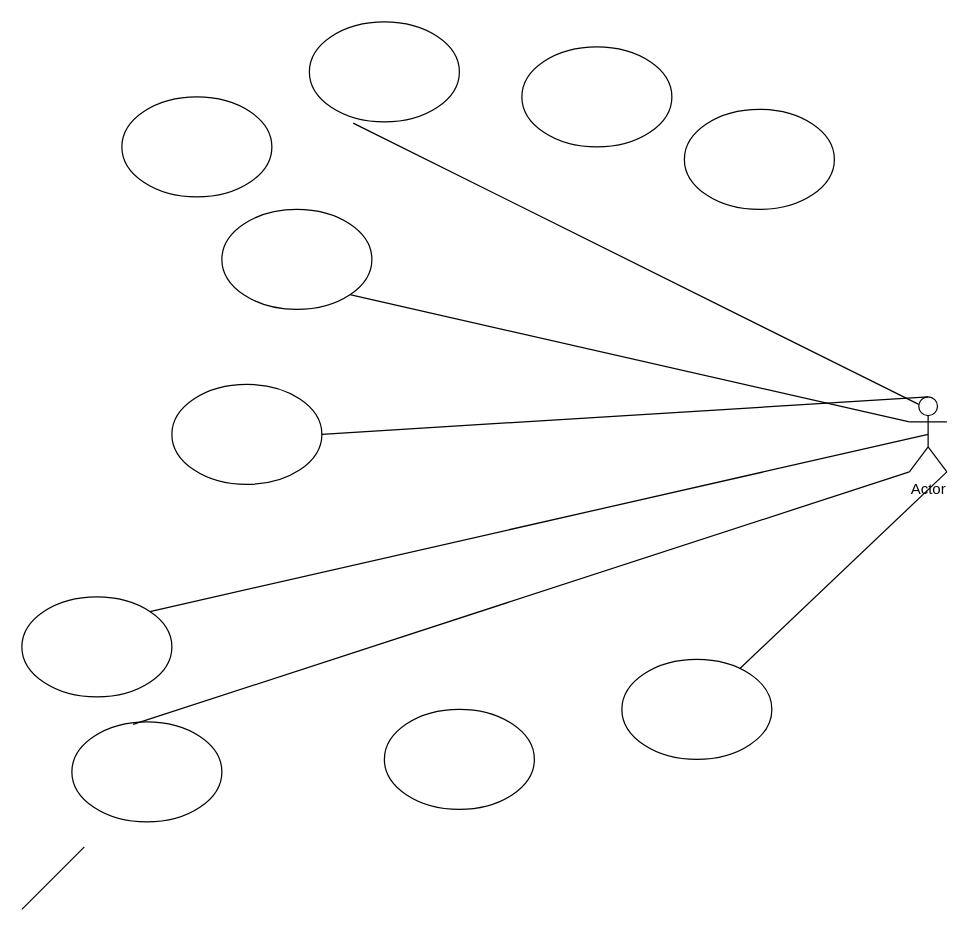
Above: Untitled Diagram.drawio in pawelpasek/WSEI (draw.io), before the change. Source tidied: cells renumbered, new cells numbered last; positions are measured from the earlier drawing's top-left corner, leaving out a move shared by most shapes. Both pictures are drawn from the tidied source at 125%, with x=0, y=0 at pixel (21, 21).
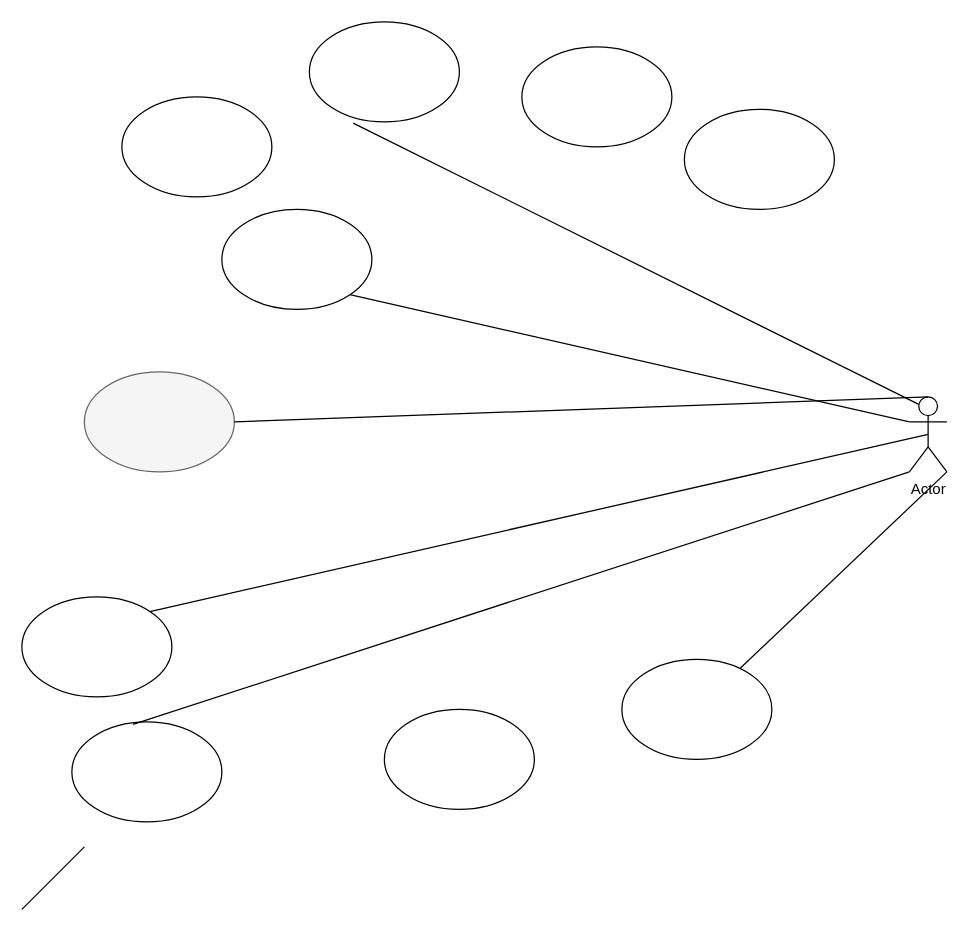
The same page after the edit.

The edit, as a diff of the source:
```diff
@@
-    <mxCell id="8" style="ellipse;whiteSpace=wrap;html=1;" parent="1" vertex="1">
-      <mxGeometry x="120" y="290" width="120" height="80" as="geometry" />
+    <mxCell id="8" style="ellipse;whiteSpace=wrap;html=1;fillColor=#f5f5f5;strokeColor=#666666;fontColor=#333333;" parent="1" vertex="1">
+      <mxGeometry x="50" y="280" width="120" height="80" as="geometry" />
     </mxCell>
```
